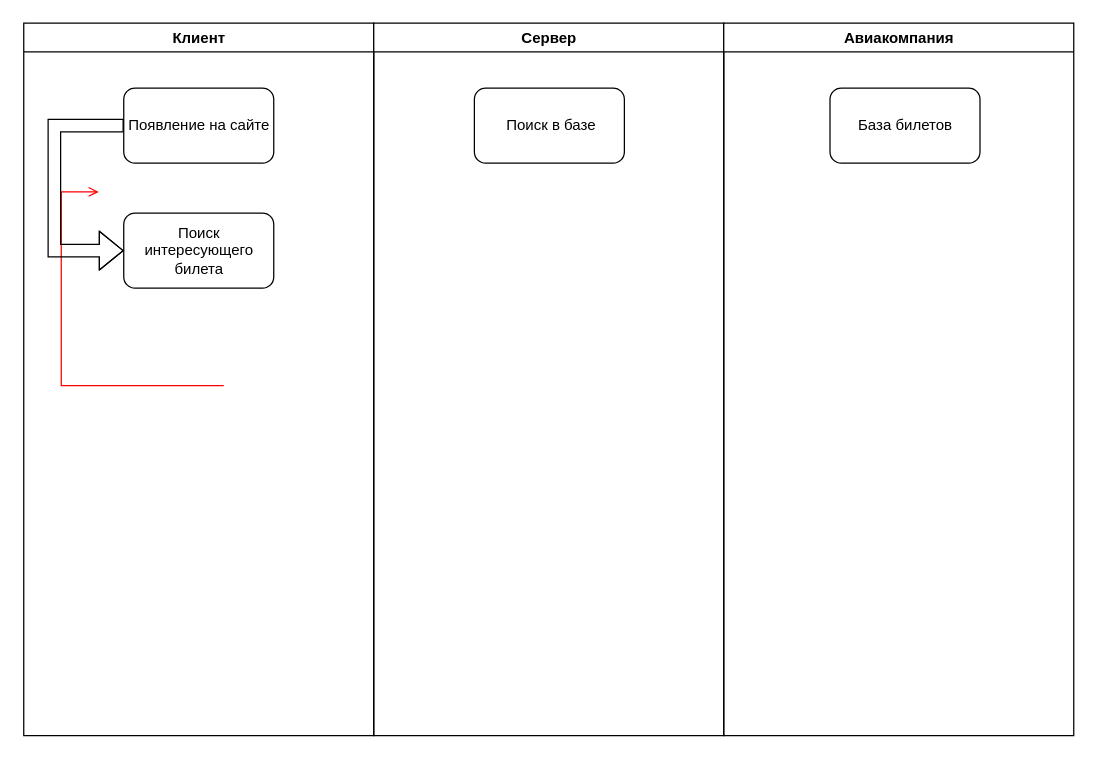
This is Схема работы приложения.drawio from thunderkatana/test1, a draw.io file, before an edit. Source tidied: cells renumbered, new cells numbered last; positions are measured from the earlier drawing's top-left corner, leaving out a move shared by most shapes. Both pictures are drawn from the tidied source at 125%, with x=0, y=0 at pixel (22, 22).
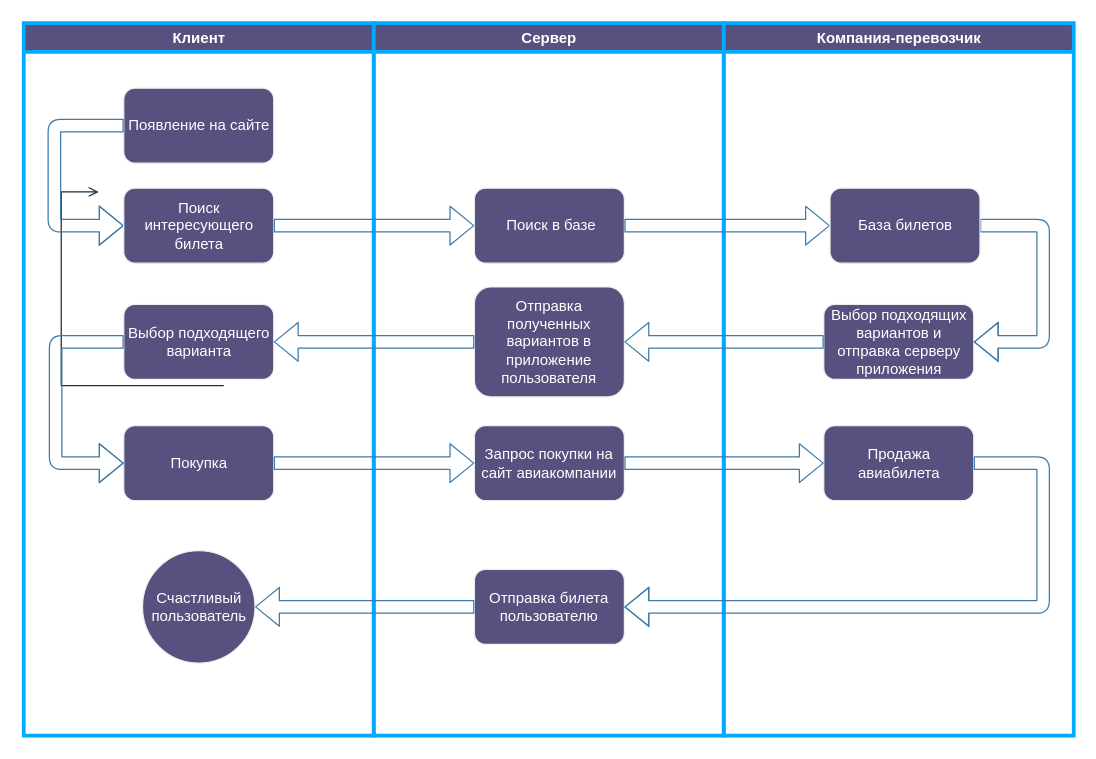
The same page after the edit.

What changed in the source:
```diff
@@
-    <mxCell id="2" value="Клиент" style="swimlane;whiteSpace=wrap;" parent="1" vertex="1">
+    <mxCell id="2" value="Клиент" style="swimlane;whiteSpace=wrap;labelBackgroundColor=none;fillColor=#56517E;strokeColor=#00aaff;fontColor=#FFFFFF;strokeWidth=3;" parent="1" vertex="1">
       <mxGeometry x="0.5" width="280" height="570" as="geometry" />
     </mxCell>
-    <mxCell id="3" style="edgeStyle=elbowEdgeStyle;elbow=horizontal;strokeColor=#FF0000;endArrow=open;endFill=1;rounded=0;" parent="2" edge="1">
+    <mxCell id="3" style="edgeStyle=elbowEdgeStyle;elbow=horizontal;strokeColor=#182E3E;endArrow=open;endFill=1;rounded=0;labelBackgroundColor=none;fontColor=default;" parent="2" edge="1">
       <mxGeometry relative="1" as="geometry">
         <mxPoint x="160" y="290" as="sourcePoint" />
         <mxPoint x="60" y="135" as="targetPoint" />
         <Array as="points">
           <mxPoint x="30" y="250" />
         </Array>
       </mxGeometry>
     </mxCell>
-    <mxCell id="4" value="Появление на сайте" style="rounded=1;whiteSpace=wrap;html=1;" parent="2" vertex="1">
+    <mxCell id="4" value="Появление на сайте" style="rounded=1;whiteSpace=wrap;html=1;labelBackgroundColor=none;fillColor=#56517E;strokeColor=#EEEEEE;fontColor=#FFFFFF;" parent="2" vertex="1">
       <mxGeometry x="80" y="52" width="120" height="60" as="geometry" />
     </mxCell>
+    <mxCell id="6" style="shape=flexArrow;endArrow=block;html=1;rounded=1;entryX=0;entryY=0.5;entryDx=0;entryDy=0;endFill=0;labelBackgroundColor=none;strokeColor=#3f7ba6;fontColor=default;strokeWidth=1;shadow=0;flowAnimation=0;" parent="2" edge="1" target="5">
+      <mxGeometry relative="1" as="geometry">
+        <mxPoint x="80" y="82" as="sourcePoint" />
+        <Array as="points">
+          <mxPoint x="24.5" y="82" />
+          <mxPoint x="24.5" y="162" />
+        </Array>
+      </mxGeometry>
+    </mxCell>
+    <mxCell id="11" value="Выбор подходящего варианта" style="rounded=1;whiteSpace=wrap;html=1;labelBackgroundColor=none;fillColor=#56517E;strokeColor=#EEEEEE;fontColor=#FFFFFF;" parent="2" vertex="1">
+      <mxGeometry x="80" y="225" width="120" height="60" as="geometry" />
+    </mxCell>
+    <mxCell id="12" value="Покупка" style="rounded=1;whiteSpace=wrap;html=1;labelBackgroundColor=none;fillColor=#56517E;strokeColor=#EEEEEE;fontColor=#FFFFFF;" parent="2" vertex="1">
+      <mxGeometry x="80" y="322" width="120" height="60" as="geometry" />
+    </mxCell>
+    <mxCell id="13" style="shape=flexArrow;endArrow=classic;html=1;rounded=1;exitX=0;exitY=0.5;exitDx=0;exitDy=0;entryX=0;entryY=0.5;entryDx=0;entryDy=0;labelBackgroundColor=none;strokeColor=#3f7ba6;fontColor=default;strokeWidth=1;shadow=0;flowAnimation=0;" parent="2" edge="1" source="11" target="12">
+      <mxGeometry relative="1" as="geometry">
+        <Array as="points">
+          <mxPoint x="25.5" y="255" />
+          <mxPoint x="25.5" y="352" />
+        </Array>
+      </mxGeometry>
+    </mxCell>
+    <mxCell id="14" value="Счастливый пользователь" style="ellipse;whiteSpace=wrap;html=1;fillColor=#56517E;strokeColor=#EEEEEE;labelBackgroundColor=none;fontColor=#FFFFFF;" parent="2" vertex="1">
+      <mxGeometry x="95" y="422" width="90" height="90" as="geometry" />
+    </mxCell>
+    <mxCell id="7" value="Сервер" style="swimlane;whiteSpace=wrap;labelBackgroundColor=none;fillColor=#56517E;strokeColor=#00aaff;fontColor=#FFFFFF;strokeWidth=3;" parent="1" vertex="1">
+      <mxGeometry x="280.5" width="280" height="570" as="geometry" />
+    </mxCell>
+    <mxCell id="15" value="Отправка полученных вариантов в приложение пользователя" style="rounded=1;whiteSpace=wrap;html=1;labelBackgroundColor=none;fillColor=#56517E;strokeColor=#EEEEEE;fontColor=#FFFFFF;" parent="7" vertex="1">
+      <mxGeometry x="80.5" y="211" width="120" height="88" as="geometry" />
+    </mxCell>
+    <mxCell id="16" value="Запрос покупки на сайт авиакомпании" style="rounded=1;whiteSpace=wrap;html=1;labelBackgroundColor=none;fillColor=#56517E;strokeColor=#EEEEEE;fontColor=#FFFFFF;" parent="7" vertex="1">
+      <mxGeometry x="80.5" y="322" width="120" height="60" as="geometry" />
+    </mxCell>
+    <mxCell id="17" value="Отправка билета пользователю" style="rounded=1;whiteSpace=wrap;html=1;labelBackgroundColor=none;fillColor=#56517E;strokeColor=#EEEEEE;fontColor=#FFFFFF;" parent="7" vertex="1">
+      <mxGeometry x="80.5" y="437" width="120" height="60" as="geometry" />
+    </mxCell>
+    <mxCell id="9" value="Компания-перевозчик" style="swimlane;whiteSpace=wrap;labelBackgroundColor=none;fillColor=#56517E;strokeColor=#00aaff;fontColor=#FFFFFF;strokeWidth=3;" parent="1" vertex="1">
+      <mxGeometry x="560.5" width="280" height="570" as="geometry" />
+    </mxCell>
+    <mxCell id="18" value="Выбор подходящих вариантов и отправка серверу приложения" style="rounded=1;whiteSpace=wrap;html=1;labelBackgroundColor=none;fillColor=#56517E;strokeColor=#EEEEEE;fontColor=#FFFFFF;" parent="9" vertex="1">
+      <mxGeometry x="80" y="225" width="120" height="60" as="geometry" />
+    </mxCell>
+    <mxCell id="19" style="shape=flexArrow;endArrow=classic;html=1;rounded=1;exitX=1;exitY=0.5;exitDx=0;exitDy=0;entryX=1;entryY=0.5;entryDx=0;entryDy=0;labelBackgroundColor=none;strokeColor=#3f7ba6;fontColor=default;strokeWidth=1;shadow=0;flowAnimation=0;" parent="9" edge="1" source="10" target="18">
+      <mxGeometry relative="1" as="geometry">
+        <Array as="points">
+          <mxPoint x="255.5" y="162" />
+          <mxPoint x="255.5" y="255" />
+        </Array>
+      </mxGeometry>
+    </mxCell>
-    <mxCell id="5" value="Поиск интересующего билета" style="rounded=1;whiteSpace=wrap;html=1;" parent="2" vertex="1">
-      <mxGeometry x="80" y="152" width="120" height="60" as="geometry" />
+    <mxCell id="5" value="Поиск интересующего билета" style="rounded=1;whiteSpace=wrap;html=1;labelBackgroundColor=none;fillColor=#56517E;strokeColor=#EEEEEE;fontColor=#FFFFFF;" parent="9" vertex="1">
+      <mxGeometry x="-480" y="132" width="120" height="60" as="geometry" />
     </mxCell>
-    <mxCell id="6" style="shape=flexArrow;endArrow=block;html=1;rounded=0;entryX=1;entryY=0.5;entryDx=0;entryDy=0;endFill=0;" parent="2" edge="1">
-      <mxGeometry relative="1" as="geometry">
-        <mxPoint x="80" y="82" as="sourcePoint" />
-        <mxPoint x="80" y="182" as="targetPoint" />
-        <Array as="points">
-          <mxPoint x="24.5" y="82" />
-          <mxPoint x="24.5" y="182" />
-        </Array>
-      </mxGeometry>
-    </mxCell>
-    <mxCell id="7" value="Сервер" style="swimlane;whiteSpace=wrap;" parent="1" vertex="1">
-      <mxGeometry x="280.5" width="280" height="570" as="geometry" />
-    </mxCell>
-    <mxCell id="8" value="&amp;nbsp;Поиск в базе" style="rounded=1;whiteSpace=wrap;html=1;" parent="7" vertex="1">
-      <mxGeometry x="80.5" y="52" width="120" height="60" as="geometry" />
+    <mxCell id="8" value="&amp;nbsp;Поиск в базе" style="rounded=1;whiteSpace=wrap;html=1;labelBackgroundColor=none;fillColor=#56517E;strokeColor=#EEEEEE;fontColor=#FFFFFF;" parent="9" vertex="1">
+      <mxGeometry x="-199.5" y="132" width="120" height="60" as="geometry" />
     </mxCell>
-    <mxCell id="9" value="Авиакомпания" style="swimlane;whiteSpace=wrap;" parent="1" vertex="1">
-      <mxGeometry x="560.5" width="280" height="570" as="geometry" />
-    </mxCell>
+    <mxCell id="20" style="shape=flexArrow;endArrow=classic;html=1;rounded=1;entryX=0;entryY=0.5;entryDx=0;entryDy=0;exitX=1;exitY=0.5;exitDx=0;exitDy=0;labelBackgroundColor=none;strokeColor=#3f7ba6;fontColor=default;strokeWidth=1;shadow=0;flowAnimation=0;" parent="9" edge="1" source="8" target="10">
+      <mxGeometry relative="1" as="geometry" />
+    </mxCell>
-    <mxCell id="10" value="База билетов" style="rounded=1;whiteSpace=wrap;html=1;" parent="9" vertex="1">
-      <mxGeometry x="85" y="52" width="120" height="60" as="geometry" />
+    <mxCell id="10" value="База билетов" style="rounded=1;whiteSpace=wrap;html=1;labelBackgroundColor=none;fillColor=#56517E;strokeColor=#EEEEEE;fontColor=#FFFFFF;" parent="9" vertex="1">
+      <mxGeometry x="85" y="132" width="120" height="60" as="geometry" />
     </mxCell>
+    <mxCell id="21" style="shape=flexArrow;endArrow=classic;html=1;rounded=1;entryX=0;entryY=0.5;entryDx=0;entryDy=0;exitX=1;exitY=0.5;exitDx=0;exitDy=0;labelBackgroundColor=none;strokeColor=#3f7ba6;fontColor=default;strokeWidth=1;shadow=0;flowAnimation=0;" parent="9" edge="1" source="5" target="8">
+      <mxGeometry relative="1" as="geometry" />
+    </mxCell>
+    <mxCell id="22" value="Продажа авиабилета" style="rounded=1;whiteSpace=wrap;html=1;labelBackgroundColor=none;fillColor=#56517E;strokeColor=#EEEEEE;fontColor=#FFFFFF;" parent="9" vertex="1">
+      <mxGeometry x="80" y="322" width="120" height="60" as="geometry" />
+    </mxCell>
+    <mxCell id="23" style="shape=flexArrow;endArrow=classic;html=1;rounded=1;exitX=0;exitY=0.5;exitDx=0;exitDy=0;entryX=1;entryY=0.5;entryDx=0;entryDy=0;labelBackgroundColor=none;strokeColor=#3f7ba6;fontColor=default;strokeWidth=1;shadow=0;flowAnimation=0;" parent="1" edge="1" source="18" target="15">
+      <mxGeometry relative="1" as="geometry" />
+    </mxCell>
+    <mxCell id="24" style="shape=flexArrow;endArrow=classic;html=1;rounded=1;exitX=0;exitY=0.5;exitDx=0;exitDy=0;entryX=1;entryY=0.5;entryDx=0;entryDy=0;labelBackgroundColor=none;strokeColor=#3f7ba6;fontColor=default;strokeWidth=1;shadow=0;flowAnimation=0;" parent="1" edge="1" source="15" target="11">
+      <mxGeometry relative="1" as="geometry" />
+    </mxCell>
+    <mxCell id="25" style="shape=flexArrow;endArrow=classic;html=1;rounded=1;exitX=1;exitY=0.5;exitDx=0;exitDy=0;entryX=0;entryY=0.5;entryDx=0;entryDy=0;labelBackgroundColor=none;strokeColor=#3f7ba6;fontColor=default;strokeWidth=1;shadow=0;flowAnimation=0;" parent="1" edge="1" source="12" target="16">
+      <mxGeometry relative="1" as="geometry" />
+    </mxCell>
+    <mxCell id="26" style="shape=flexArrow;endArrow=classic;html=1;rounded=1;exitX=1;exitY=0.5;exitDx=0;exitDy=0;entryX=0;entryY=0.5;entryDx=0;entryDy=0;labelBackgroundColor=none;strokeColor=#3f7ba6;fontColor=default;strokeWidth=1;shadow=0;flowAnimation=0;" parent="1" edge="1" source="16" target="22">
+      <mxGeometry relative="1" as="geometry" />
+    </mxCell>
+    <mxCell id="27" style="shape=flexArrow;endArrow=classic;html=1;rounded=1;exitX=0;exitY=0.5;exitDx=0;exitDy=0;entryX=1;entryY=0.5;entryDx=0;entryDy=0;labelBackgroundColor=none;strokeColor=#3f7ba6;fontColor=default;strokeWidth=1;shadow=0;flowAnimation=0;" parent="1" edge="1" source="17" target="14">
+      <mxGeometry relative="1" as="geometry" />
+    </mxCell>
+    <mxCell id="28" style="shape=flexArrow;endArrow=classic;html=1;rounded=1;exitX=1;exitY=0.5;exitDx=0;exitDy=0;entryX=1;entryY=0.5;entryDx=0;entryDy=0;labelBackgroundColor=none;strokeColor=#3f7ba6;fontColor=default;strokeWidth=1;shadow=0;flowAnimation=0;" parent="1" edge="1" source="22" target="17">
+      <mxGeometry relative="1" as="geometry">
+        <Array as="points">
+          <mxPoint x="816" y="352" />
+          <mxPoint x="816" y="467" />
+        </Array>
+      </mxGeometry>
+    </mxCell>
```
